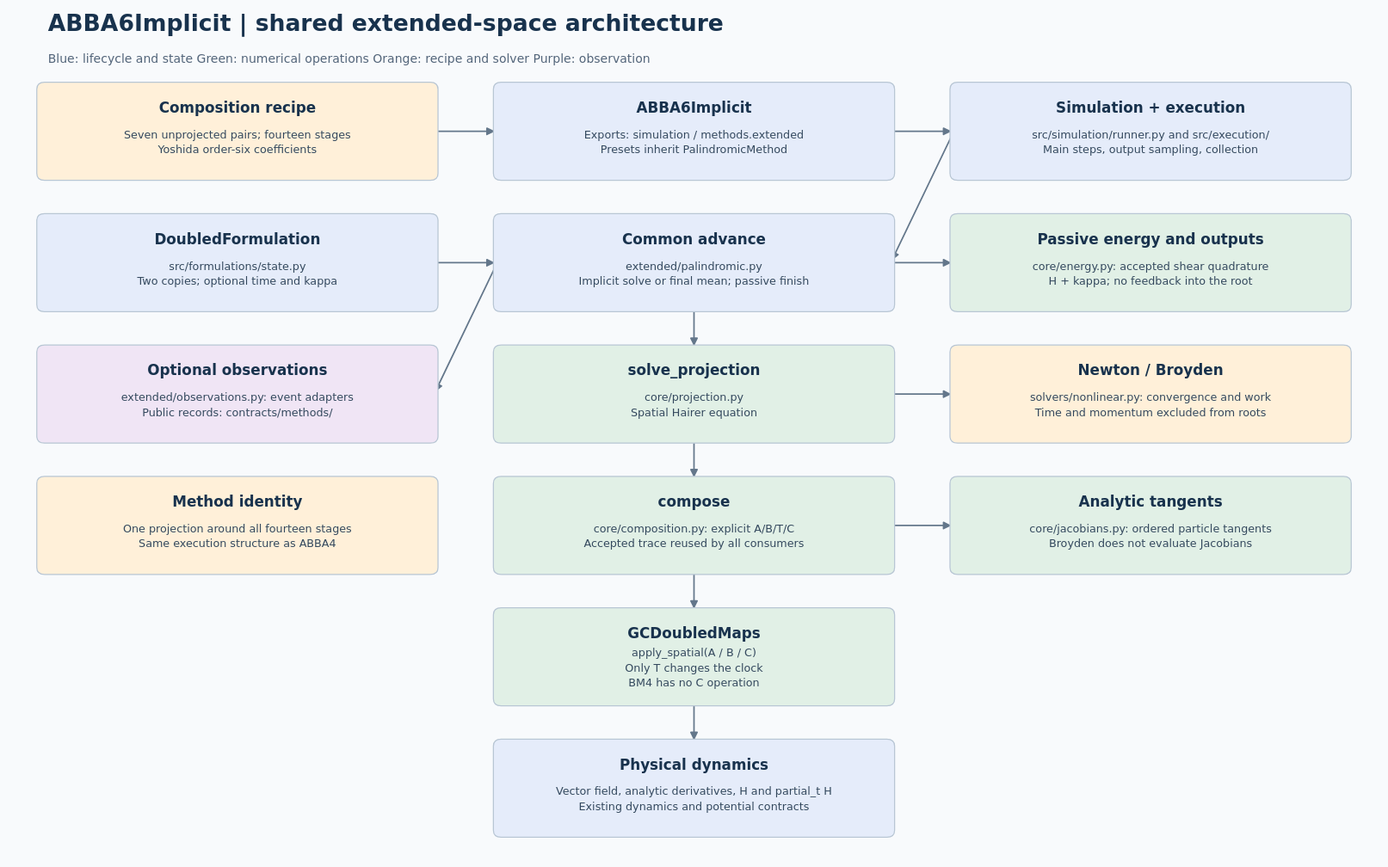
Jugibe-52/GC2D_intranet keeps this PlantUML diagram as docs/models/abba6-implicit/simulation/abba6-implicit-simulation-architecture.svg. Above is the earlier version. Its source is kept beside it as docs/models/abba6-implicit/simulation/abba6-implicit-simulation-architecture.puml.
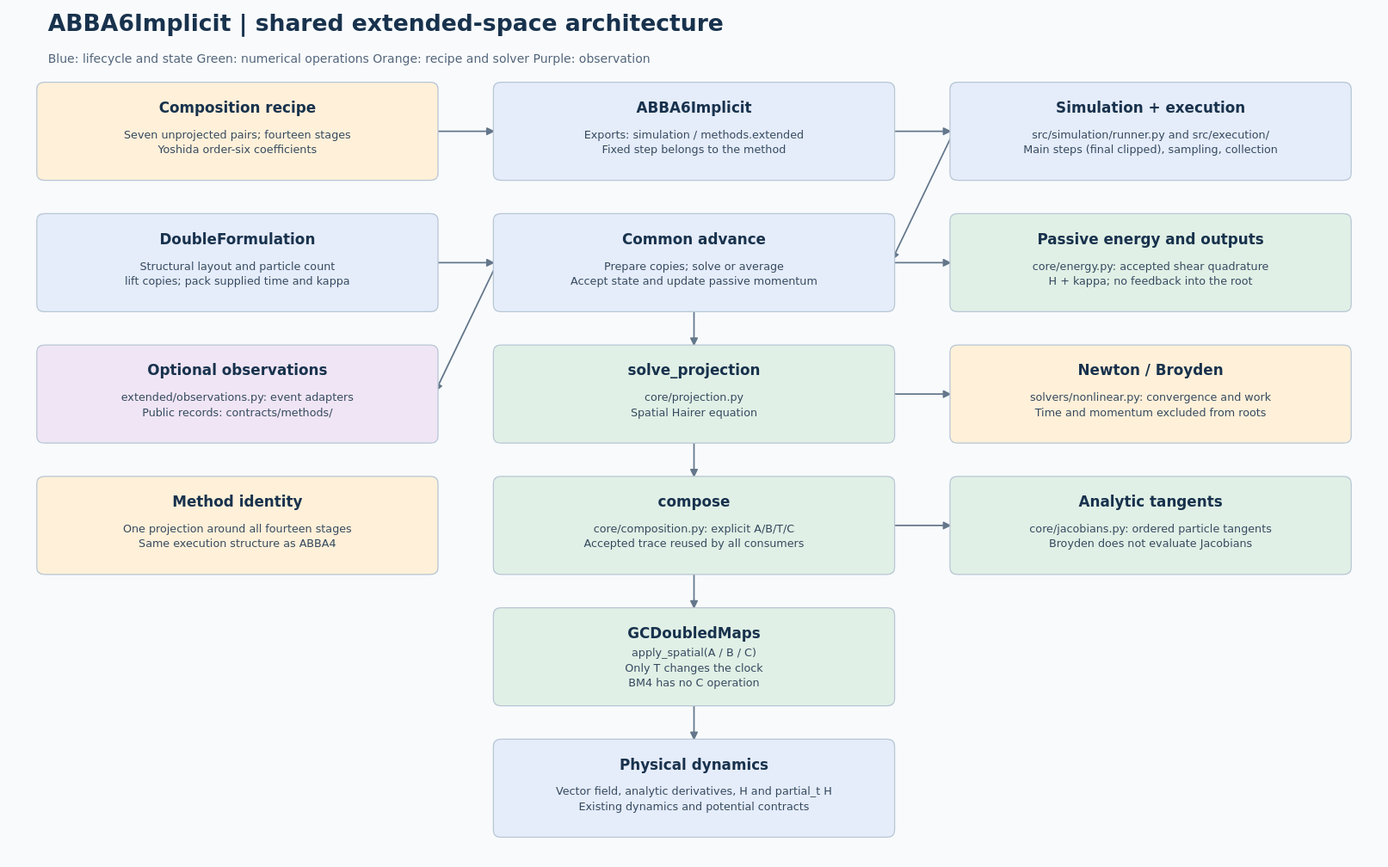
After the commit.

Diff of the diagram source:
```diff
@@ -3,10 +3,10 @@
   graph [rankdir=TB, bgcolor="#f8fafc"];
   node [shape=box, style="rounded,filled", fontname="DejaVu Sans"];
   recipe [label="Composition recipe\nSeven unprojected pairs; fourteen stages\nYoshida order-six coefficients", fillcolor="#fff0d9"];
-  method [label="ABBA6Implicit\nExports: simulation / methods.extended\nPresets inherit PalindromicMethod", fillcolor="#e5ecfa"];
-  driver [label="Simulation + execution\nsrc/simulation/runner.py and src/execution/\nMain steps, output sampling, collection", fillcolor="#e5ecfa"];
-  state [label="DoubledFormulation\nsrc/formulations/state.py\nTwo copies; optional time and kappa", fillcolor="#e5ecfa"];
-  advance [label="Common advance\nextended/palindromic.py\nImplicit solve or final mean; passive finish", fillcolor="#e5ecfa"];
+  method [label="ABBA6Implicit\nExports: simulation / methods.extended\nFixed step belongs to the method", fillcolor="#e5ecfa"];
+  driver [label="Simulation + execution\nsrc/simulation/runner.py and src/execution/\nMain steps (final clipped), sampling, collection", fillcolor="#e5ecfa"];
+  state [label="DoubleFormulation\nStructural layout and particle count\nlift copies; pack supplied time and kappa", fillcolor="#e5ecfa"];
+  advance [label="Common advance\nPrepare copies; solve or average\nAccept state and update passive momentum", fillcolor="#e5ecfa"];
   energy [label="Passive energy and outputs\ncore/energy.py: accepted shear quadrature\nH + kappa; no feedback into the root", fillcolor="#e1f0e6"];
   observe [label="Optional observations\nextended/observations.py: event adapters\nPublic records: contracts/methods/", fillcolor="#f0e5f5"];
   projection [label="solve_projection\ncore/projection.py\nSpatial Hairer equation", fillcolor="#e1f0e6"];
```
